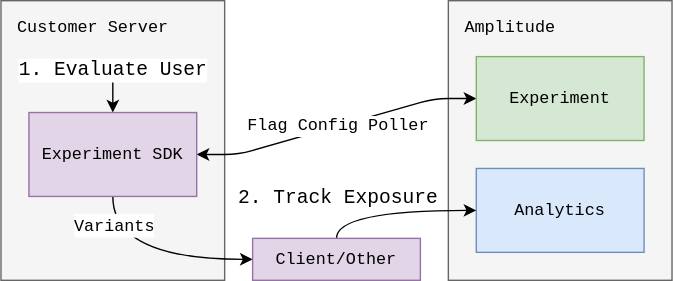
The draw.io diagram docs/assets/images/experiment/server-side-local-overview.drawio.svg in Amplitude-Developer-Docs/amplitude-dev-center, before a commit. Source tidied: cells renumbered, new cells last; positions are measured from the earlier drawing's top-left corner, leaving out a move shared by most shapes.
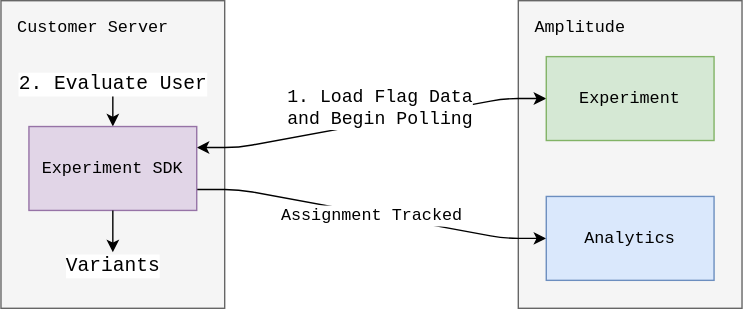
The same file after the commit.

Commit message:
initial client-side local evaluation docs updates for js sdk (#947)

Change to the diagram source:
```diff
@@ -3,61 +3,50 @@
     <mxCell id="0" />
     <mxCell id="1" parent="0" />
     <mxCell id="2" style="rounded=0;whiteSpace=wrap;html=1;fillColor=#f5f5f5;strokeColor=#666666;fontColor=#333333;" parent="1" vertex="1">
-      <mxGeometry width="160" height="200" as="geometry" />
+      <mxGeometry x="-50" width="160" height="220" as="geometry" />
     </mxCell>
     <mxCell id="3" style="rounded=0;whiteSpace=wrap;html=1;fillColor=#f5f5f5;strokeColor=#666666;fontColor=#333333;" parent="1" vertex="1">
-      <mxGeometry x="320" width="160" height="200" as="geometry" />
+      <mxGeometry x="320" width="160" height="220" as="geometry" />
     </mxCell>
     <mxCell id="4" value="&lt;span style=&quot;font-weight: normal&quot;&gt;Customer Server&lt;/span&gt;" style="text;html=1;strokeColor=none;fillColor=none;align=left;verticalAlign=middle;whiteSpace=wrap;rounded=0;fontFamily=Courier New;fontSize=12;fontStyle=1;" parent="1" vertex="1">
-      <mxGeometry x="10" y="10" width="170" height="20" as="geometry" />
+      <mxGeometry x="-40" y="10" width="140" height="20" as="geometry" />
     </mxCell>
-    <mxCell id="5" style="edgeStyle=entityRelationEdgeStyle;html=1;exitX=1;exitY=0.5;exitDx=0;exitDy=0;entryX=0;entryY=0.5;entryDx=0;entryDy=0;fontFamily=Courier New;fontSize=12;startArrow=classic;startFill=1;" parent="1" edge="1" source="10" target="13">
+    <mxCell id="5" style="edgeStyle=entityRelationEdgeStyle;html=1;exitX=1;exitY=0.25;exitDx=0;exitDy=0;entryX=0;entryY=0.5;entryDx=0;entryDy=0;fontFamily=Courier New;fontSize=12;startArrow=classic;startFill=1;" parent="1" edge="1" source="10" target="13">
       <mxGeometry relative="1" as="geometry" />
     </mxCell>
-    <mxCell id="6" value="&lt;font style=&quot;font-size: 12px&quot;&gt;Flag Config Poller&lt;/font&gt;" style="edgeLabel;html=1;align=center;verticalAlign=middle;fontFamily=Courier New;" parent="5" vertex="1">
+    <mxCell id="6" value="&lt;font style=&quot;font-size: 13px;&quot;&gt;1. Load Flag Data&amp;nbsp;&lt;br&gt;and Begin Polling&lt;br&gt;&lt;/font&gt;" style="edgeLabel;html=1;align=center;verticalAlign=middle;fontFamily=Courier New;fontSize=12;" parent="5" vertex="1">
       <mxGeometry x="-0.06" relative="1" as="geometry">
-        <mxPoint x="7" y="-2" as="offset" />
+        <mxPoint x="13" y="-12" as="offset" />
       </mxGeometry>
     </mxCell>
-    <mxCell id="7" value="&lt;font style=&quot;font-size: 14px&quot; face=&quot;Courier New&quot;&gt;1. Evaluate User&lt;/font&gt;" style="edgeStyle=none;html=1;exitX=0.5;exitY=0;exitDx=0;exitDy=0;startArrow=classic;startFill=1;endArrow=none;endFill=0;" parent="1" edge="1" source="10">
+    <mxCell id="7" value="&lt;font style=&quot;font-size: 14px&quot; face=&quot;Courier New&quot;&gt;2. Evaluate User&lt;/font&gt;" style="edgeStyle=none;html=1;exitX=0.5;exitY=0;exitDx=0;exitDy=0;startArrow=classic;startFill=1;endArrow=none;endFill=0;" parent="1" edge="1" source="10">
       <mxGeometry x="1" relative="1" as="geometry">
-        <mxPoint x="80" y="50" as="targetPoint" />
+        <mxPoint x="30" y="60" as="targetPoint" />
       </mxGeometry>
     </mxCell>
-    <mxCell id="8" style="edgeStyle=orthogonalEdgeStyle;curved=1;html=1;exitX=0.5;exitY=1;exitDx=0;exitDy=0;entryX=0;entryY=0.5;entryDx=0;entryDy=0;fontFamily=Courier New;fontSize=14;startArrow=none;startFill=0;endArrow=classic;endFill=1;" parent="1" edge="1" source="10" target="16">
-      <mxGeometry relative="1" as="geometry" />
-    </mxCell>
-    <mxCell id="9" value="&lt;font style=&quot;font-size: 12px&quot;&gt;Variants&lt;/font&gt;" style="edgeLabel;html=1;align=center;verticalAlign=middle;fontSize=14;fontFamily=Courier New;" parent="8" vertex="1">
-      <mxGeometry x="-0.15" y="12" relative="1" as="geometry">
-        <mxPoint x="-17" y="-13" as="offset" />
-      </mxGeometry>
-    </mxCell>
+    <mxCell id="17" style="edgeStyle=entityRelationEdgeStyle;html=1;exitX=1;exitY=0.75;exitDx=0;exitDy=0;entryX=0;entryY=0.5;entryDx=0;entryDy=0;fontSize=13;" parent="1" edge="1" source="10" target="12">
+      <mxGeometry relative="1" as="geometry" />
+    </mxCell>
+    <mxCell id="18" value="Assignment Tracked" style="edgeLabel;html=1;align=center;verticalAlign=middle;fontSize=12;fontFamily=Courier New;" parent="17" vertex="1">
+      <mxGeometry x="-0.01" y="-1" relative="1" as="geometry" />
+    </mxCell>
     <mxCell id="10" value="&lt;font face=&quot;Courier New&quot;&gt;Experiment SDK&lt;/font&gt;" style="rounded=0;whiteSpace=wrap;html=1;fillColor=#e1d5e7;strokeColor=#9673a6;" parent="1" vertex="1">
-      <mxGeometry x="20" y="80" width="120" height="60" as="geometry" />
+      <mxGeometry x="-30" y="90" width="120" height="60" as="geometry" />
     </mxCell>
     <mxCell id="11" value="&lt;span style=&quot;font-weight: normal&quot;&gt;Amplitude&lt;/span&gt;" style="text;html=1;strokeColor=none;fillColor=none;align=left;verticalAlign=middle;whiteSpace=wrap;rounded=0;fontFamily=Courier New;fontSize=12;fontStyle=1;" parent="1" vertex="1">
       <mxGeometry x="330" y="10" width="100" height="20" as="geometry" />
     </mxCell>
     <mxCell id="12" value="&lt;font face=&quot;Courier New&quot;&gt;Analytics&lt;/font&gt;" style="rounded=0;whiteSpace=wrap;html=1;fillColor=#dae8fc;strokeColor=#6c8ebf;" parent="1" vertex="1">
-      <mxGeometry x="340" y="120" width="120" height="60" as="geometry" />
+      <mxGeometry x="340" y="140" width="120" height="60" as="geometry" />
     </mxCell>
     <mxCell id="13" value="&lt;font face=&quot;Courier New&quot;&gt;Experiment&lt;/font&gt;" style="rounded=0;whiteSpace=wrap;html=1;fillColor=#d5e8d4;strokeColor=#82b366;" parent="1" vertex="1">
       <mxGeometry x="340" y="40" width="120" height="60" as="geometry" />
     </mxCell>
-    <mxCell id="14" style="edgeStyle=orthogonalEdgeStyle;html=1;exitX=0.5;exitY=0;exitDx=0;exitDy=0;entryX=0;entryY=0.5;entryDx=0;entryDy=0;fontFamily=Courier New;fontSize=12;startArrow=none;startFill=0;endArrow=classic;endFill=1;curved=1;" parent="1" edge="1" source="16" target="12">
-      <mxGeometry relative="1" as="geometry">
-        <Array as="points">
-          <mxPoint x="240" y="150" />
-        </Array>
-      </mxGeometry>
-    </mxCell>
-    <mxCell id="15" value="&lt;font style=&quot;font-size: 14px&quot;&gt;2. Track Exposure&lt;/font&gt;" style="edgeLabel;html=1;align=center;verticalAlign=middle;fontSize=12;fontFamily=Courier New;" parent="14" vertex="1">
-      <mxGeometry x="0.01" relative="1" as="geometry">
-        <mxPoint x="-40" y="-10" as="offset" />
-      </mxGeometry>
-    </mxCell>
-    <mxCell id="16" value="&lt;font face=&quot;Courier New&quot;&gt;Client/Other&lt;/font&gt;" style="rounded=0;whiteSpace=wrap;html=1;fillColor=#e1d5e7;strokeColor=#9673a6;" parent="1" vertex="1">
-      <mxGeometry x="180" y="170" width="120" height="30" as="geometry" />
-    </mxCell>
+    <mxCell id="9" value="&lt;font face=&quot;Courier New&quot;&gt;&lt;span style=&quot;font-size: 14px;&quot;&gt;Variants&lt;/span&gt;&lt;/font&gt;" style="edgeStyle=none;html=1;startArrow=classic;startFill=1;endArrow=none;endFill=0;entryX=0.5;entryY=1;entryDx=0;entryDy=0;" parent="1" edge="1" target="10">
+      <mxGeometry x="-1" y="-10" relative="1" as="geometry">
+        <mxPoint x="30" y="180" as="sourcePoint" />
+        <mxPoint x="-10" y="10" as="offset" />
+      </mxGeometry>
+    </mxCell>
   </root>
 </mxGraphModel>
```
